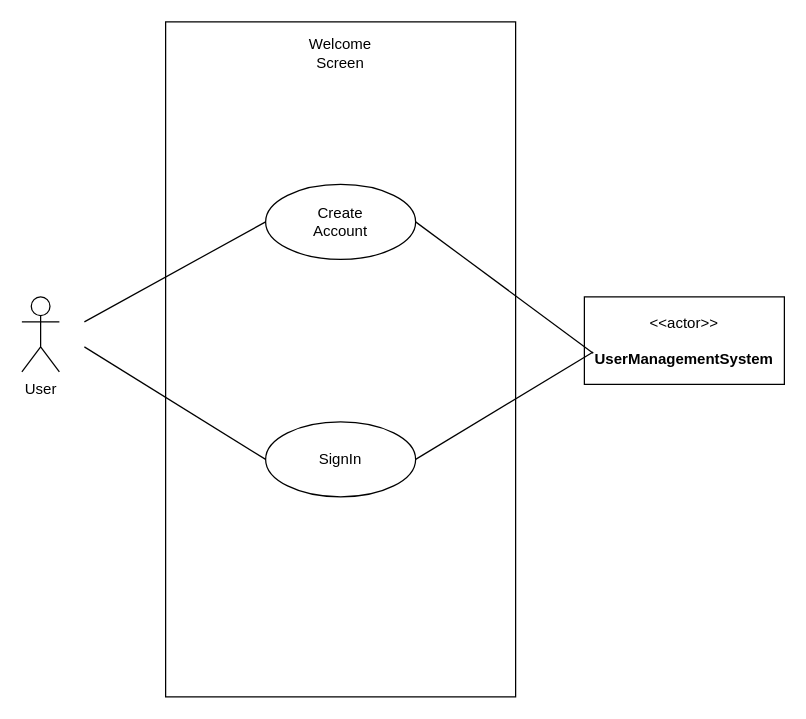
Vaibhav-G-Parmar/Chronicle-Your-Ultimate-Travel-Companion keeps this draw.io diagram as page "WelcomeScreen" (1 of 16) of Week-7-Team-04-Use Case Diagrams (2).drawio. Above is the earlier version. Source tidied: cells renumbered, new cells numbered last; positions are measured from the earlier drawing's top-left corner, leaving out a move shared by most shapes. Both pictures are drawn from the tidied source at 125%, with x=0, y=0 at pixel (21, 21).
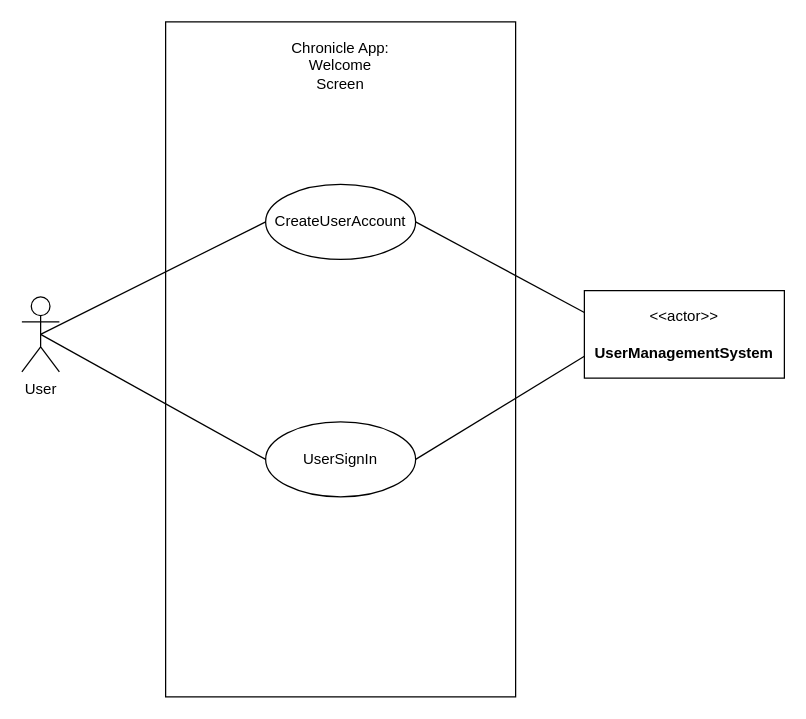
The same diagram, later.

The edit, as a diff of the source:
```diff
@@
 <mxGraphModel>
   <root>
     <mxCell id="0" />
     <mxCell id="1" parent="0" />
     <mxCell id="2" value="&lt;h2&gt;&lt;br&gt;&lt;/h2&gt;" style="rounded=0;whiteSpace=wrap;html=1;align=center;" parent="1" vertex="1">
       <mxGeometry x="115" width="280" height="540" as="geometry" />
     </mxCell>
     <mxCell id="3" value="User&lt;br&gt;" style="shape=umlActor;verticalLabelPosition=bottom;verticalAlign=top;html=1;outlineConnect=0;" parent="1" vertex="1">
       <mxGeometry y="220" width="30" height="60" as="geometry" />
     </mxCell>
-    <mxCell id="4" value="Create&lt;br&gt;Account" style="ellipse;whiteSpace=wrap;html=1;" parent="1" vertex="1">
+    <mxCell id="4" value="CreateUserAccount" style="ellipse;whiteSpace=wrap;html=1;" parent="1" vertex="1">
       <mxGeometry x="195" y="130" width="120" height="60" as="geometry" />
     </mxCell>
-    <mxCell id="5" value="SignIn" style="ellipse;whiteSpace=wrap;html=1;" parent="1" vertex="1">
+    <mxCell id="5" value="UserSignIn" style="ellipse;whiteSpace=wrap;html=1;" parent="1" vertex="1">
       <mxGeometry x="195" y="320" width="120" height="60" as="geometry" />
     </mxCell>
-    <mxCell id="6" value="Welcome&lt;br&gt;Screen" style="text;html=1;strokeColor=none;fillColor=none;align=center;verticalAlign=middle;whiteSpace=wrap;rounded=0;" parent="1" vertex="1">
-      <mxGeometry x="225" y="10" width="60" height="30" as="geometry" />
+    <mxCell id="6" value="Chronicle App:&lt;br&gt;Welcome&lt;br&gt;Screen" style="text;html=1;strokeColor=none;fillColor=none;align=center;verticalAlign=middle;whiteSpace=wrap;rounded=0;" parent="1" vertex="1">
+      <mxGeometry x="190" y="20" width="130" height="30" as="geometry" />
     </mxCell>
     <mxCell id="7" value="&amp;lt;&amp;lt;actor&amp;gt;&amp;gt;&lt;br&gt;&lt;br&gt;&lt;b&gt;UserManagementSystem&lt;br&gt;&lt;/b&gt;" style="html=1;align=center;verticalAlign=middle;dashed=0;whiteSpace=wrap;" parent="1" vertex="1">
-      <mxGeometry x="450" y="220" width="160" height="70" as="geometry" />
+      <mxGeometry x="450" y="215" width="160" height="70" as="geometry" />
     </mxCell>
-    <mxCell id="8" style="endArrow=none;html=1;rounded=0;entryX=0;entryY=0.5;entryDx=0;entryDy=0;" parent="1" edge="1" target="4">
-      <mxGeometry relative="1" as="geometry">
-        <mxPoint x="50" y="240" as="sourcePoint" />
-      </mxGeometry>
+    <mxCell id="8" style="endArrow=none;html=1;rounded=0;entryX=0;entryY=0.5;entryDx=0;entryDy=0;exitX=0.5;exitY=0.5;exitDx=0;exitDy=0;exitPerimeter=0;" parent="1" edge="1" source="3" target="4">
+      <mxGeometry relative="1" as="geometry" />
     </mxCell>
-    <mxCell id="9" style="endArrow=none;html=1;rounded=0;entryX=0;entryY=0.5;entryDx=0;entryDy=0;" parent="1" edge="1" target="5">
-      <mxGeometry relative="1" as="geometry">
-        <mxPoint x="50" y="260" as="sourcePoint" />
-      </mxGeometry>
+    <mxCell id="9" style="endArrow=none;html=1;rounded=0;entryX=0;entryY=0.5;entryDx=0;entryDy=0;exitX=0.5;exitY=0.5;exitDx=0;exitDy=0;exitPerimeter=0;" parent="1" edge="1" source="3" target="5">
+      <mxGeometry relative="1" as="geometry" />
     </mxCell>
-    <mxCell id="10" style="endArrow=none;html=1;rounded=0;entryX=1;entryY=0.5;entryDx=0;entryDy=0;exitX=0.044;exitY=0.643;exitDx=0;exitDy=0;exitPerimeter=0;" parent="1" edge="1" source="7" target="4">
+    <mxCell id="10" style="endArrow=none;html=1;rounded=0;entryX=1;entryY=0.5;entryDx=0;entryDy=0;exitX=0;exitY=0.25;exitDx=0;exitDy=0;" parent="1" edge="1" source="7" target="4">
       <mxGeometry relative="1" as="geometry" />
     </mxCell>
-    <mxCell id="11" style="endArrow=none;html=1;rounded=0;entryX=0.044;entryY=0.629;entryDx=0;entryDy=0;exitX=1;exitY=0.5;exitDx=0;exitDy=0;entryPerimeter=0;" parent="1" edge="1" source="5" target="7">
+    <mxCell id="11" style="endArrow=none;html=1;rounded=0;exitX=1;exitY=0.5;exitDx=0;exitDy=0;entryX=0;entryY=0.75;entryDx=0;entryDy=0;" parent="1" edge="1" source="5" target="7">
       <mxGeometry relative="1" as="geometry" />
     </mxCell>
   </root>
 </mxGraphModel>
```
